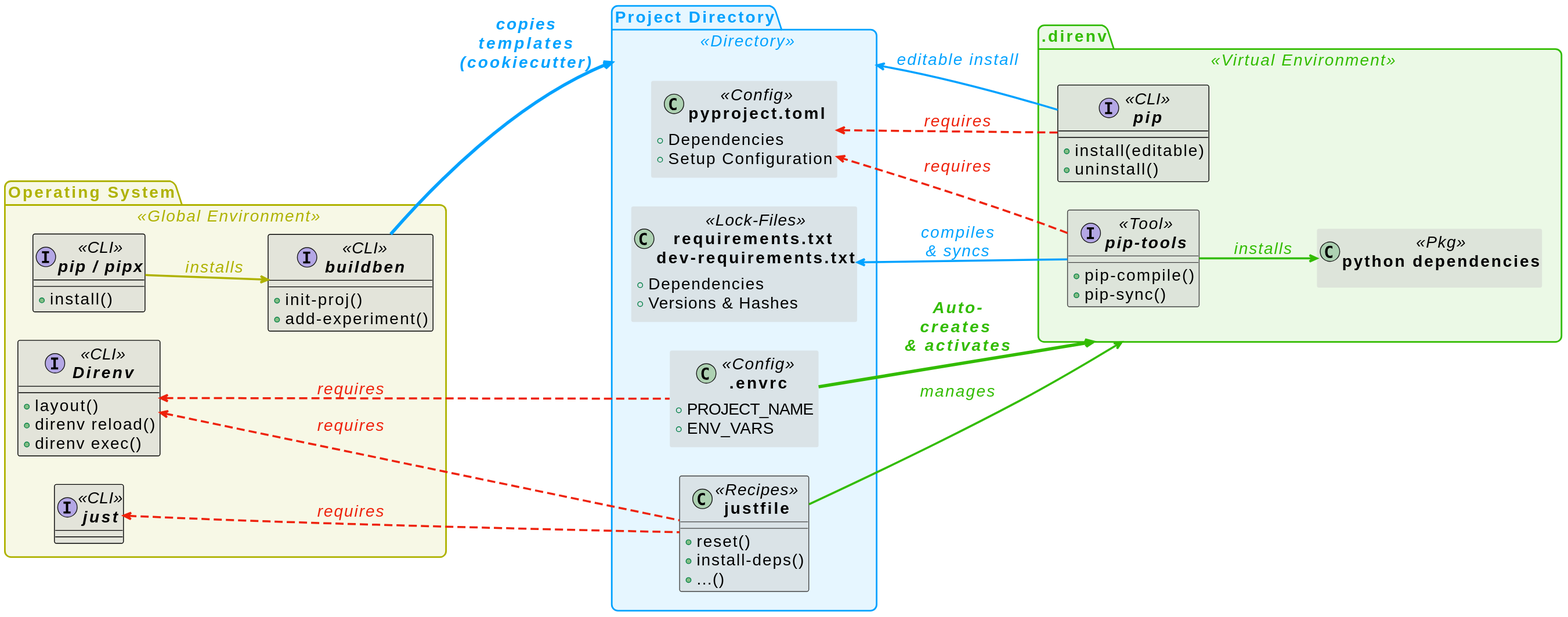
Earlier version of the PlantUML export assets/figures/diagram/diagram.svg (HisQu/buildben).
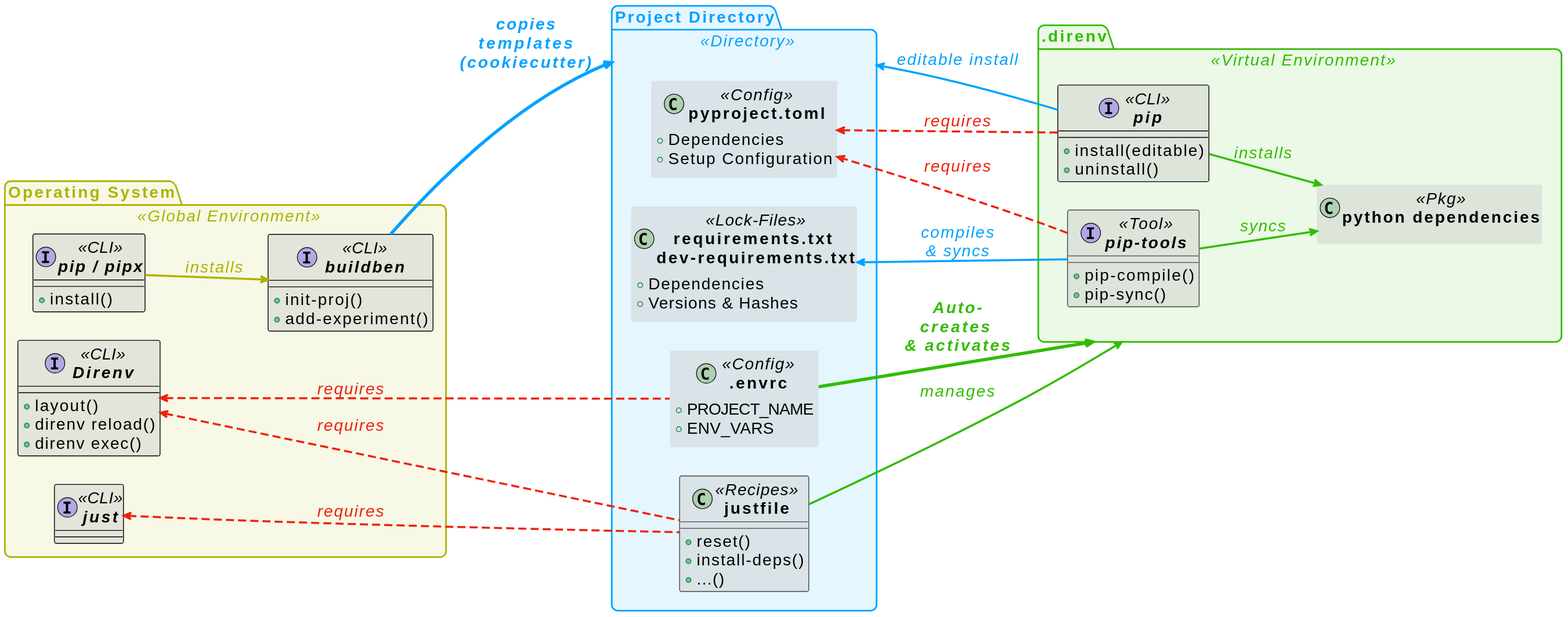
Later version of the same file.

Diff of the diagram source:
```diff
@@ -134,7 +134,8 @@
 }
 </style>
 
-PT --> PD : installs
+PIPvenv --> PD : installs
+PT --> PD : syncs
 ERC -[thickness=4]-> VENV : **Auto-**\n**creates** \n**& activates**
 JF --> VENV : manages
 
```
